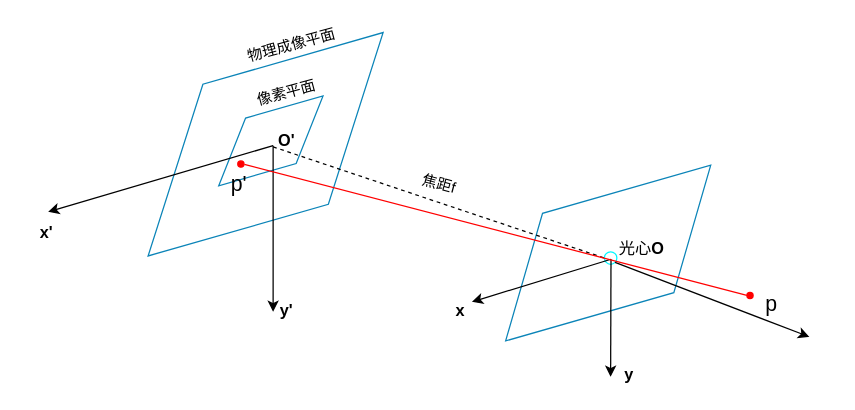
Above: 相机成像.drawio in Okityou/hello-world (draw.io), before the change. Source tidied: cells renumbered, new cells numbered last; positions are measured from the earlier drawing's top-left corner, leaving out a move shared by most shapes. Both pictures are drawn from the tidied source at 125%, with x=0, y=0 at pixel (21, 45).
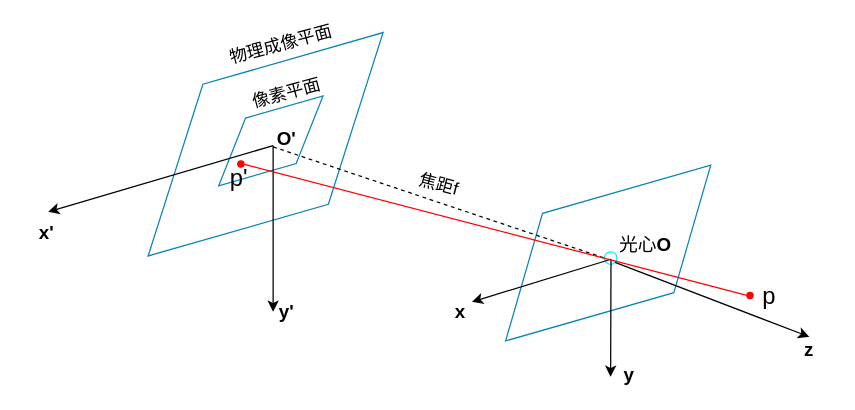
The same diagram, later.

Diff of the diagram source:
```diff
@@
-    <mxCell id="13" value="&lt;font style=&quot;font-size: 17px&quot;&gt;p'&lt;/font&gt;" style="text;html=1;strokeColor=none;fillColor=none;align=center;verticalAlign=middle;whiteSpace=wrap;rounded=0;" parent="1" vertex="1">
-      <mxGeometry x="164.2" y="101" width="20" height="22" as="geometry" />
+    <mxCell id="13" value="&lt;font style=&quot;font-size: 19px&quot;&gt;p'&lt;/font&gt;" style="text;html=1;strokeColor=none;fillColor=none;align=center;verticalAlign=middle;whiteSpace=wrap;rounded=0;" parent="1" vertex="1">
+      <mxGeometry x="164.2" y="96" width="20" height="22" as="geometry" />
     </mxCell>
-    <mxCell id="14" value="像素平面" style="text;html=1;strokeColor=none;fillColor=none;align=center;verticalAlign=middle;whiteSpace=wrap;rounded=0;rotation=-15;" parent="1" vertex="1">
+    <mxCell id="14" value="&lt;font style=&quot;font-size: 14px&quot;&gt;像素平面&lt;/font&gt;" style="text;html=1;strokeColor=none;fillColor=none;align=center;verticalAlign=middle;whiteSpace=wrap;rounded=0;rotation=-15;" parent="1" vertex="1">
       <mxGeometry x="182" y="38" width="60" as="geometry" />
     </mxCell>
-    <mxCell id="15" value="物理成像平面" style="text;html=1;strokeColor=none;fillColor=none;align=center;verticalAlign=middle;whiteSpace=wrap;rounded=0;rotation=-15;" parent="1" vertex="1">
-      <mxGeometry x="176.7" y="-0.3" width="78" as="geometry" />
+    <mxCell id="15" value="&lt;font style=&quot;font-size: 14px&quot;&gt;物理成像平面&lt;/font&gt;" style="text;html=1;strokeColor=none;fillColor=none;align=center;verticalAlign=middle;whiteSpace=wrap;rounded=0;rotation=-15;" parent="1" vertex="1">
+      <mxGeometry x="160.3" y="-1.2" width="94.7" as="geometry" />
     </mxCell>
@@
-    <mxCell id="18" value="&lt;font style=&quot;font-size: 13px&quot;&gt;&lt;b&gt;O'&lt;/b&gt;&lt;/font&gt;" style="text;html=1;strokeColor=none;fillColor=none;align=center;verticalAlign=middle;whiteSpace=wrap;rounded=0;" parent="1" vertex="1">
-      <mxGeometry x="192" y="66.2" width="40" height="20" as="geometry" />
+    <mxCell id="18" value="&lt;font size=&quot;1&quot;&gt;&lt;b style=&quot;font-size: 15px&quot;&gt;O'&lt;/b&gt;&lt;/font&gt;" style="text;html=1;strokeColor=none;fillColor=none;align=center;verticalAlign=middle;whiteSpace=wrap;rounded=0;" parent="1" vertex="1">
+      <mxGeometry x="192" y="64.2" width="40" height="20" as="geometry" />
     </mxCell>
-    <mxCell id="19" value="&lt;font style=&quot;font-size: 13px&quot;&gt;光心&lt;b&gt;O&lt;/b&gt;&lt;/font&gt;" style="text;html=1;strokeColor=none;fillColor=none;align=center;verticalAlign=middle;whiteSpace=wrap;rounded=0;" parent="1" vertex="1">
-      <mxGeometry x="476" y="151.9" width="40" height="20" as="geometry" />
+    <mxCell id="19" value="&lt;font style=&quot;font-size: 15px&quot;&gt;光心&lt;b&gt;O&lt;/b&gt;&lt;/font&gt;" style="text;html=1;strokeColor=none;fillColor=none;align=center;verticalAlign=middle;whiteSpace=wrap;rounded=0;" parent="1" vertex="1">
+      <mxGeometry x="472" y="148.9" width="54" height="20" as="geometry" />
     </mxCell>
-    <mxCell id="20" value="&lt;font style=&quot;font-size: 13px&quot;&gt;&lt;b&gt;x'&lt;/b&gt;&lt;/font&gt;" style="text;html=1;strokeColor=none;fillColor=none;align=center;verticalAlign=middle;whiteSpace=wrap;rounded=0;" parent="1" vertex="1">
+    <mxCell id="20" value="&lt;font size=&quot;1&quot;&gt;&lt;b style=&quot;font-size: 15px&quot;&gt;x'&lt;/b&gt;&lt;/font&gt;" style="text;html=1;strokeColor=none;fillColor=none;align=center;verticalAlign=middle;whiteSpace=wrap;rounded=0;" parent="1" vertex="1">
       <mxGeometry y="138.9" width="40" height="20" as="geometry" />
     </mxCell>
-    <mxCell id="21" value="&lt;font style=&quot;font-size: 13px&quot;&gt;&lt;b&gt;y'&lt;/b&gt;&lt;/font&gt;" style="text;html=1;strokeColor=none;fillColor=none;align=center;verticalAlign=middle;whiteSpace=wrap;rounded=0;" parent="1" vertex="1">
+    <mxCell id="21" value="&lt;font size=&quot;1&quot;&gt;&lt;b style=&quot;font-size: 15px&quot;&gt;y'&lt;/b&gt;&lt;/font&gt;" style="text;html=1;strokeColor=none;fillColor=none;align=center;verticalAlign=middle;whiteSpace=wrap;rounded=0;" parent="1" vertex="1">
       <mxGeometry x="192" y="202.4" width="40" height="20" as="geometry" />
     </mxCell>
-    <mxCell id="22" value="&lt;font style=&quot;font-size: 13px&quot;&gt;&lt;b&gt;x&lt;/b&gt;&lt;/font&gt;" style="text;html=1;strokeColor=none;fillColor=none;align=center;verticalAlign=middle;whiteSpace=wrap;rounded=0;" parent="1" vertex="1">
+    <mxCell id="22" value="&lt;font size=&quot;1&quot;&gt;&lt;b style=&quot;font-size: 15px&quot;&gt;x&lt;/b&gt;&lt;/font&gt;" style="text;html=1;strokeColor=none;fillColor=none;align=center;verticalAlign=middle;whiteSpace=wrap;rounded=0;" parent="1" vertex="1">
       <mxGeometry x="330.8" y="202.4" width="40" height="20" as="geometry" />
     </mxCell>
-    <mxCell id="23" value="&lt;span style=&quot;font-size: 13px&quot;&gt;&lt;b&gt;y&lt;/b&gt;&lt;/span&gt;" style="text;html=1;strokeColor=none;fillColor=none;align=center;verticalAlign=middle;whiteSpace=wrap;rounded=0;" parent="1" vertex="1">
+    <mxCell id="23" value="&lt;b&gt;&lt;font style=&quot;font-size: 15px&quot;&gt;y&lt;/font&gt;&lt;/b&gt;" style="text;html=1;strokeColor=none;fillColor=none;align=center;verticalAlign=middle;whiteSpace=wrap;rounded=0;" parent="1" vertex="1">
       <mxGeometry x="466" y="253" width="40" height="20" as="geometry" />
     </mxCell>
-    <mxCell id="24" value="焦距f" style="text;html=1;strokeColor=none;fillColor=none;align=center;verticalAlign=middle;whiteSpace=wrap;rounded=0;rotation=15;" parent="1" vertex="1">
+    <mxCell id="24" value="&lt;font style=&quot;font-size: 14px&quot;&gt;焦距f&lt;/font&gt;" style="text;html=1;strokeColor=none;fillColor=none;align=center;verticalAlign=middle;whiteSpace=wrap;rounded=0;rotation=15;" parent="1" vertex="1">
       <mxGeometry x="314" y="101" width="40" height="20" as="geometry" />
     </mxCell>
-    <mxCell id="25" value="&lt;font style=&quot;font-size: 17px&quot;&gt;p&lt;/font&gt;" style="text;html=1;strokeColor=none;fillColor=none;align=center;verticalAlign=middle;whiteSpace=wrap;rounded=0;" parent="1" vertex="1">
-      <mxGeometry x="590" y="197.4" width="20" height="22" as="geometry" />
+    <mxCell id="25" value="&lt;font style=&quot;font-size: 19px&quot;&gt;p&lt;/font&gt;" style="text;html=1;strokeColor=none;fillColor=none;align=center;verticalAlign=middle;whiteSpace=wrap;rounded=0;" parent="1" vertex="1">
+      <mxGeometry x="588" y="190.4" width="20" height="22" as="geometry" />
     </mxCell>
+    <mxCell id="26" value="&lt;b&gt;&lt;font style=&quot;font-size: 15px&quot;&gt;z&lt;/font&gt;&lt;/b&gt;" style="text;html=1;strokeColor=none;fillColor=none;align=center;verticalAlign=middle;whiteSpace=wrap;rounded=0;" parent="1" vertex="1">
+      <mxGeometry x="610" y="233" width="40" height="20" as="geometry" />
+    </mxCell>
```
